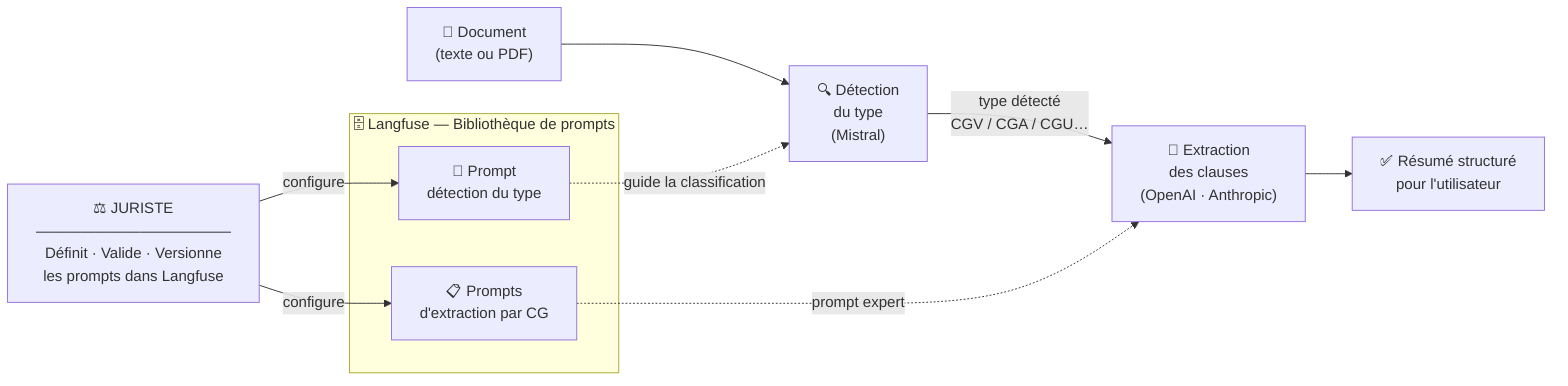
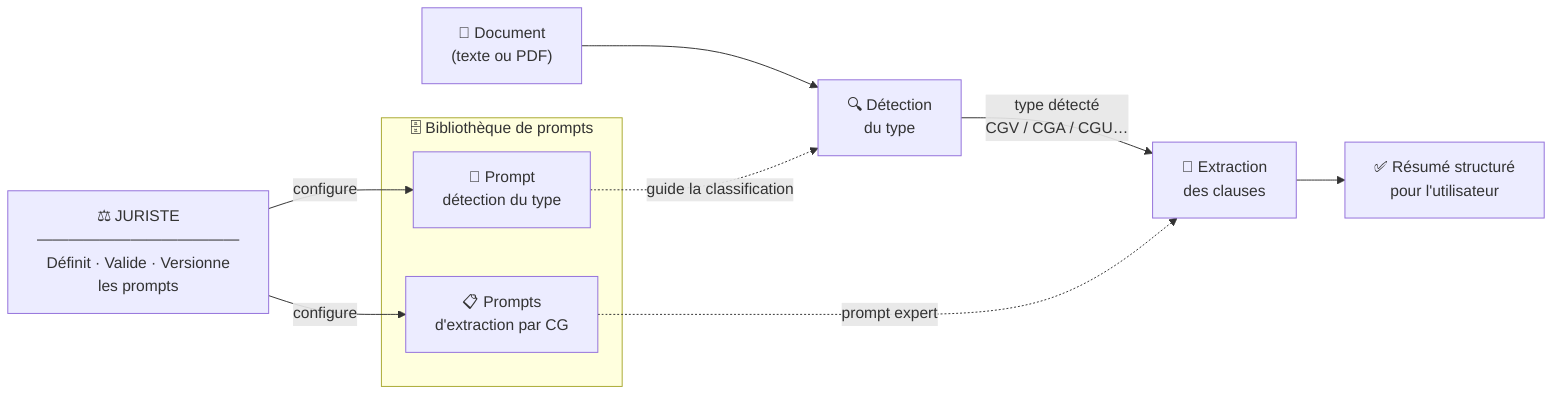
flowchart LR
-   J["⚖️ JURISTE\n―――――――――――――\nDéfinit · Valide · Versionne\nles prompts dans Langfuse"]
+   J["⚖️ JURISTE\n―――――――――――――\nDéfinit · Valide · Versionne\nles prompts"]

-   subgraph LF["🗄️ Langfuse — Bibliothèque de prompts"]
+   subgraph LF["🗄️ Bibliothèque de prompts"]
    PD["📌 Prompt\ndétection du type"]
    PE["📋 Prompts\nd'extraction par CG"]
  end

  J -- "configure" --> PD
  J -- "configure" --> PE

  DOC["📄 Document\n(texte ou PDF)"] --> DT

-   PD -. "guide la classification" .-> DT["🔍 Détection\ndu type\n(Mistral)"]
-   DT -- "type détecté\nCGV / CGA / CGU…" --> EX["🤖 Extraction\ndes clauses\n(OpenAI · Anthropic)"]
+   PD -. "guide la classification" .-> DT["🔍 Détection\ndu type"]
+   DT -- "type détecté\nCGV / CGA / CGU…" --> EX["🤖 Extraction\ndes clauses"]
  PE -. "prompt expert" .-> EX
  EX --> RES["✅ Résumé structuré\npour l'utilisateur"]
